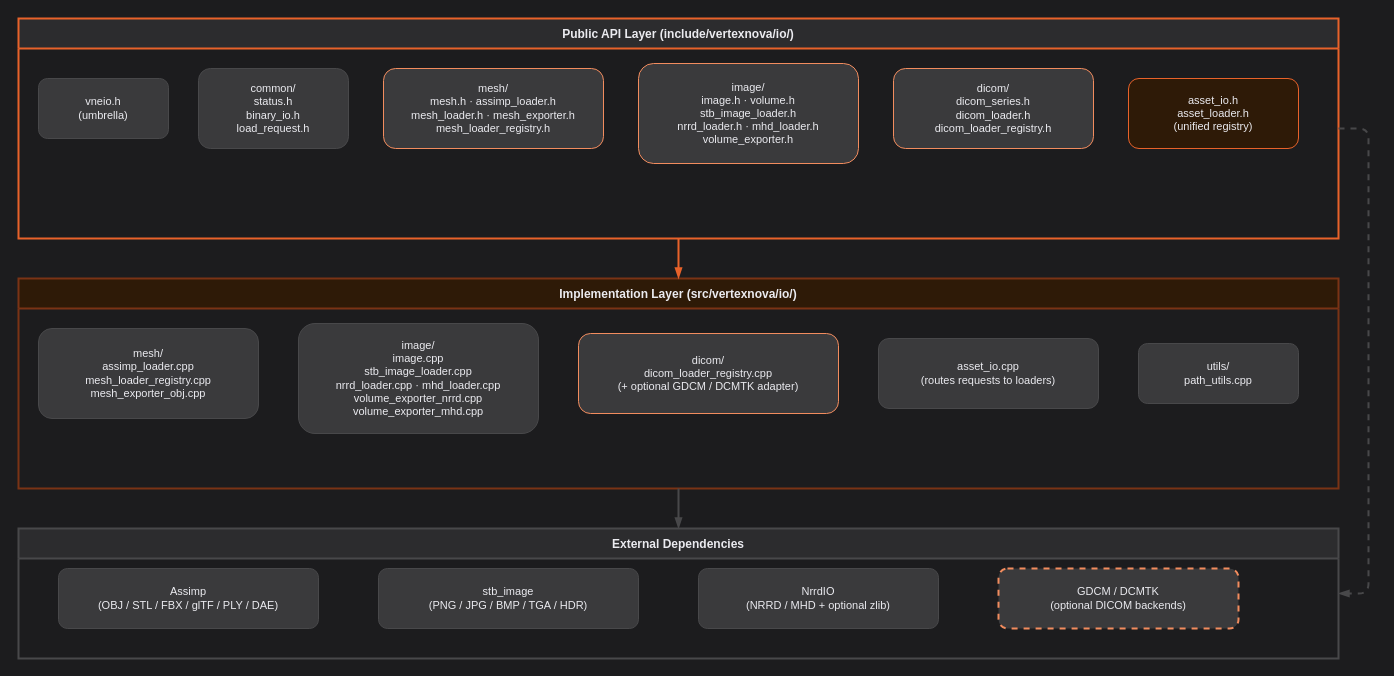
The draw.io diagram docs/vertexnova/io/diagrams/component.drawio in vertexnova/vneio, before the edit. Source tidied: cells renumbered, new cells numbered last; positions are measured from the earlier drawing's top-left corner, leaving out a move shared by most shapes. Both pictures are drawn from the tidied source at 100%, with x=0, y=0 at pixel (18, 18).
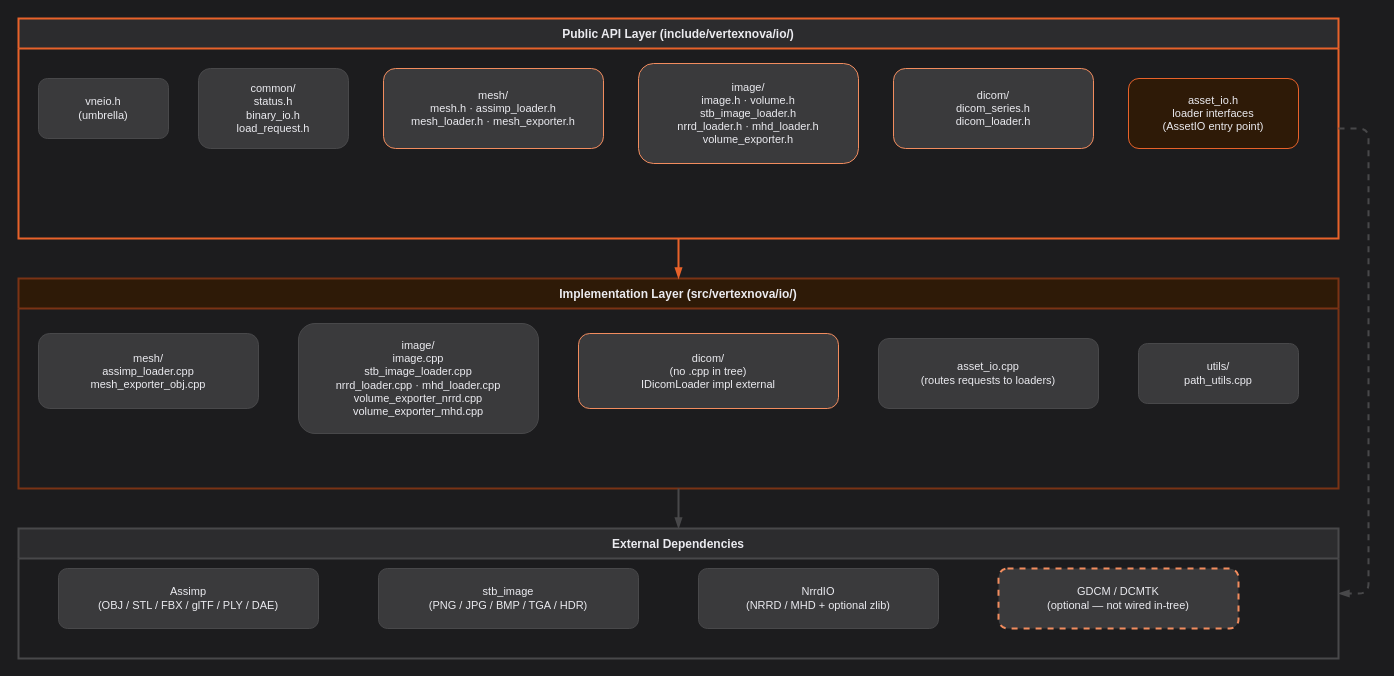
The same page after the edit.

Commit message:
docs: Update component diagram for clarity and accuracy

- Revised the component diagram to reflect changes in file references, including the removal of outdated files and the addition of descriptive labels for asset loading interfaces.
- Enhanced clarity in the DICOM section by specifying the absence of .cpp files in the tree and the external implementation of IDicomLoader, improving user understanding of the architecture.

Unchanged cells that the change refers to:
```xml
<mxCell id="2" value="Public API Layer (include/vertexnova/io/)" style="swimlane;startSize=30;fillColor=#2C2C2E;strokeColor=#E8622A;strokeWidth=2;fontStyle=1;fontSize=12;fontColor=#EBEBF0;" parent="1" vertex="1">
  <mxGeometry width="1320" height="220" as="geometry" />
</mxCell>
<mxCell id="9" value="Implementation Layer (src/vertexnova/io/)" style="swimlane;startSize=30;fillColor=#2E1A07;strokeColor=#7A3315;strokeWidth=2;fontStyle=1;fontSize=12;fontColor=#EBEBF0;" parent="1" vertex="1">
  <mxGeometry y="260" width="1320" height="210" as="geometry" />
</mxCell>
<mxCell id="15" value="External Dependencies" style="swimlane;startSize=30;fillColor=#2C2C2E;strokeColor=#48484A;strokeWidth=2;fontStyle=1;fontSize=12;fontColor=#EBEBF0;" parent="1" vertex="1">
  <mxGeometry y="510" width="1320" height="130" as="geometry" />
</mxCell>
```

The edit, as a diff of the source:
```diff
@@
-    <mxCell id="5" value="mesh/&#10;mesh.h · assimp_loader.h&#10;mesh_loader.h · mesh_exporter.h&#10;mesh_loader_registry.h" style="rounded=1;whiteSpace=wrap;html=1;fillColor=#3A3A3C;strokeColor=#F28C5E;fontSize=11;fontColor=#EBEBF0;" parent="2" vertex="1">
+    <mxCell id="5" value="mesh/&#10;mesh.h · assimp_loader.h&#10;mesh_loader.h · mesh_exporter.h" style="rounded=1;whiteSpace=wrap;html=1;fillColor=#3A3A3C;strokeColor=#F28C5E;fontSize=11;fontColor=#EBEBF0;" parent="2" vertex="1">
       <mxGeometry x="365" y="50" width="220" height="80" as="geometry" />
     </mxCell>
@@
-    <mxCell id="7" value="dicom/&#10;dicom_series.h&#10;dicom_loader.h&#10;dicom_loader_registry.h" style="rounded=1;whiteSpace=wrap;html=1;fillColor=#3A3A3C;strokeColor=#F28C5E;fontSize=11;fontColor=#EBEBF0;" parent="2" vertex="1">
+    <mxCell id="7" value="dicom/&#10;dicom_series.h&#10;dicom_loader.h" style="rounded=1;whiteSpace=wrap;html=1;fillColor=#3A3A3C;strokeColor=#F28C5E;fontSize=11;fontColor=#EBEBF0;" parent="2" vertex="1">
       <mxGeometry x="875" y="50" width="200" height="80" as="geometry" />
     </mxCell>
-    <mxCell id="8" value="asset_io.h&#10;asset_loader.h&#10;(unified registry)" style="rounded=1;whiteSpace=wrap;html=1;fillColor=#2E1A07;strokeColor=#E8622A;fontSize=11;fontColor=#EBEBF0;" parent="2" vertex="1">
+    <mxCell id="8" value="asset_io.h&#10;loader interfaces&#10;(AssetIO entry point)" style="rounded=1;whiteSpace=wrap;html=1;fillColor=#2E1A07;strokeColor=#E8622A;fontSize=11;fontColor=#EBEBF0;" parent="2" vertex="1">
       <mxGeometry x="1110" y="60" width="170" height="70" as="geometry" />
     </mxCell>
@@
-    <mxCell id="10" value="mesh/&#10;assimp_loader.cpp&#10;mesh_loader_registry.cpp&#10;mesh_exporter_obj.cpp" style="rounded=1;whiteSpace=wrap;html=1;fillColor=#3A3A3C;strokeColor=#48484A;fontSize=11;fontColor=#EBEBF0;" parent="9" vertex="1">
-      <mxGeometry x="20" y="50" width="220" height="90" as="geometry" />
+    <mxCell id="10" value="mesh/&#10;assimp_loader.cpp&#10;mesh_exporter_obj.cpp" style="rounded=1;whiteSpace=wrap;html=1;fillColor=#3A3A3C;strokeColor=#48484A;fontSize=11;fontColor=#EBEBF0;" parent="9" vertex="1">
+      <mxGeometry x="20" y="55" width="220" height="75" as="geometry" />
     </mxCell>
@@
-    <mxCell id="12" value="dicom/&#10;dicom_loader_registry.cpp&#10;(+ optional GDCM / DCMTK adapter)" style="rounded=1;whiteSpace=wrap;html=1;fillColor=#3A3A3C;strokeColor=#F28C5E;fontSize=11;fontColor=#EBEBF0;" parent="9" vertex="1">
-      <mxGeometry x="560" y="55" width="260" height="80" as="geometry" />
+    <mxCell id="12" value="dicom/&#10;(no .cpp in tree)&#10;IDicomLoader impl external" style="rounded=1;whiteSpace=wrap;html=1;fillColor=#3A3A3C;strokeColor=#F28C5E;fontSize=11;fontColor=#EBEBF0;" parent="9" vertex="1">
+      <mxGeometry x="560" y="55" width="260" height="75" as="geometry" />
     </mxCell>
@@
-    <mxCell id="19" value="GDCM / DCMTK&#10;(optional DICOM backends)" style="rounded=1;whiteSpace=wrap;html=1;fillColor=#3A3A3C;strokeColor=#F28C5E;fontSize=11;fontColor=#EBEBF0;strokeWidth=2;dashed=1;" parent="15" vertex="1">
+    <mxCell id="19" value="GDCM / DCMTK&#10;(optional — not wired in-tree)" style="rounded=1;whiteSpace=wrap;html=1;fillColor=#3A3A3C;strokeColor=#F28C5E;fontSize=11;fontColor=#EBEBF0;strokeWidth=2;dashed=1;" parent="15" vertex="1">
       <mxGeometry x="980" y="40" width="240" height="60" as="geometry" />
     </mxCell>
```
